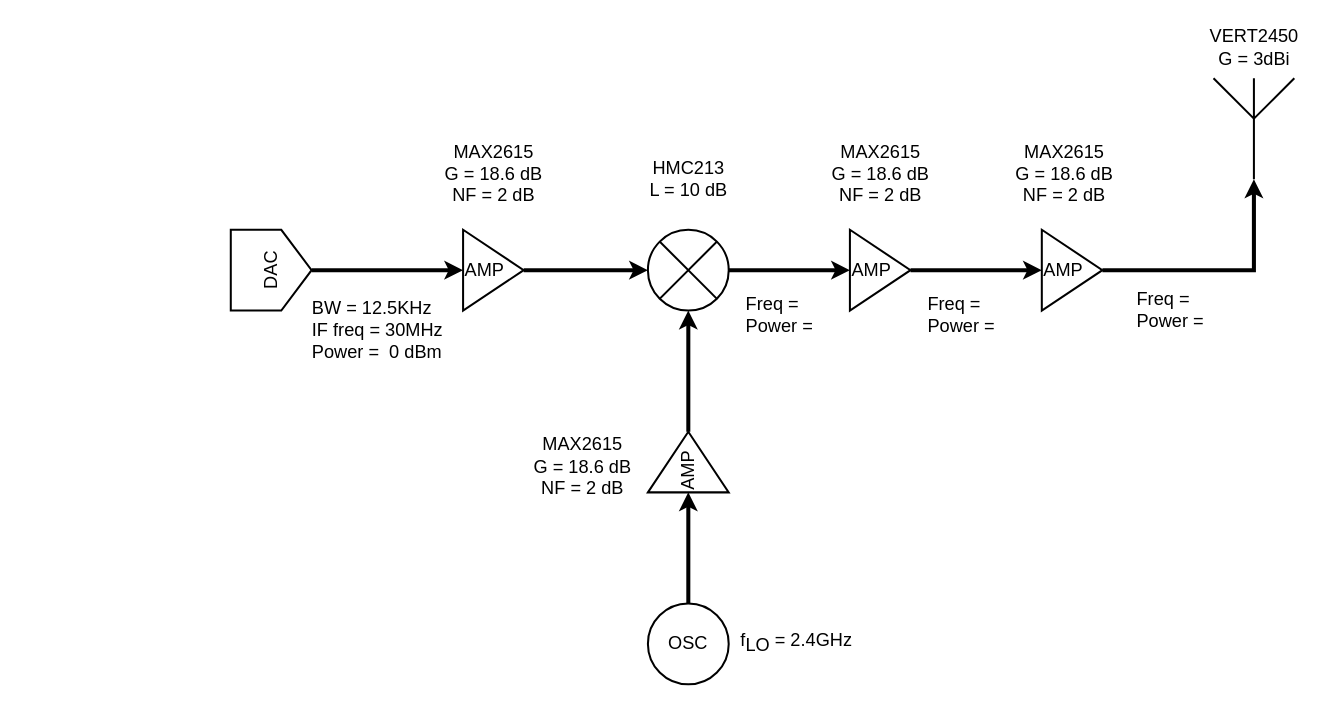
Before: transmitter.drawio in chenbin234/MCC125-Wireless-link-project, a draw.io diagram. Source tidied: cells renumbered, new cells numbered last; positions are measured from the earlier drawing's top-left corner, leaving out a move shared by most shapes. Both pictures are drawn from the tidied source at 101%, with x=0, y=0 at pixel (230, 17).
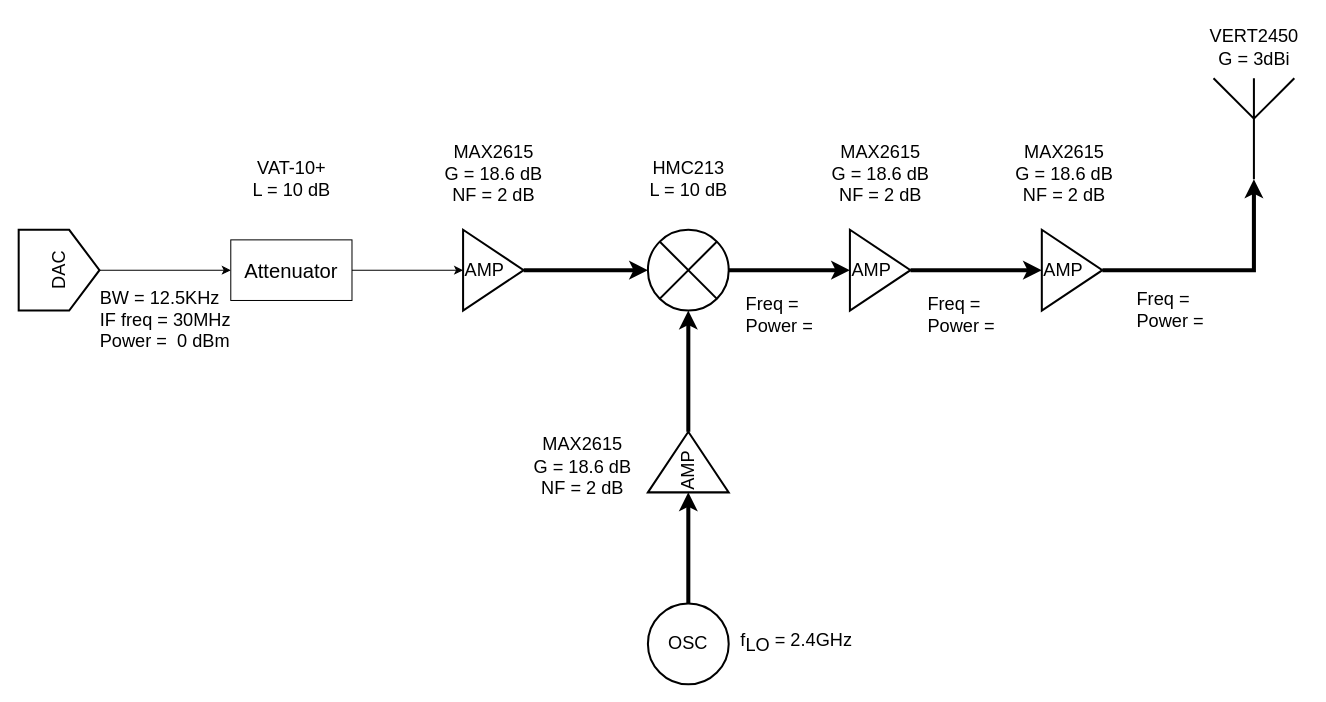
Above is the later version.

Unchanged cells that the change refers to:
```xml
<mxCell id="3" value="AMP" style="triangle;whiteSpace=wrap;html=1;strokeWidth=2;fontSize=18;align=left;" parent="1" vertex="1">
  <mxGeometry x="230" y="210" width="60" height="80" as="geometry" />
</mxCell>
```

Diff of the diagram source:
```diff
@@
-    <mxCell id="15" style="edgeStyle=orthogonalEdgeStyle;rounded=0;jettySize=auto;html=1;exitX=0.5;exitY=1;exitDx=0;exitDy=0;entryX=0;entryY=0.5;entryDx=0;entryDy=0;strokeWidth=4;fontSize=18;" parent="1" edge="1" source="16" target="3">
-      <mxGeometry relative="1" as="geometry" />
-    </mxCell>
+    <mxCell id="28" style="edgeStyle=orthogonalEdgeStyle;rounded=0;jettySize=auto;html=1;exitX=0.5;exitY=1;exitDx=0;exitDy=0;entryX=0;entryY=0.5;entryDx=0;entryDy=0;" parent="1" edge="1" source="16" target="30">
+      <mxGeometry relative="1" as="geometry" />
+    </mxCell>
     <mxCell id="16" value="&lt;font style=&quot;font-size: 18px;&quot;&gt;DAC&lt;/font&gt;" style="shape=offPageConnector;whiteSpace=wrap;html=1;rotation=-90;strokeWidth=2;horizontal=1;verticalAlign=middle;fontSize=18;" parent="1" vertex="1">
-      <mxGeometry y="210" width="80" height="80" as="geometry" />
+      <mxGeometry x="-210" y="210" width="80" height="80" as="geometry" />
     </mxCell>
@@
     <mxCell id="18" value="&lt;div style=&quot;text-align: left; font-size: 18px;&quot;&gt;&lt;span style=&quot;background-color: initial; font-size: 18px;&quot;&gt;&lt;font style=&quot;font-size: 18px;&quot;&gt;BW = 12.5KHz&lt;/font&gt;&lt;/span&gt;&lt;/div&gt;&lt;div style=&quot;text-align: left; font-size: 18px;&quot;&gt;&lt;span style=&quot;background-color: initial; font-size: 18px;&quot;&gt;&lt;font style=&quot;font-size: 18px;&quot;&gt;IF freq = 30MHz&lt;/font&gt;&lt;/span&gt;&lt;/div&gt;&lt;div style=&quot;text-align: left; font-size: 18px;&quot;&gt;&lt;span style=&quot;background-color: initial; font-size: 18px;&quot;&gt;&lt;font style=&quot;font-size: 18px;&quot;&gt;Power =&amp;nbsp; 0 dBm&lt;/font&gt;&lt;/span&gt;&lt;/div&gt;" style="text;html=1;align=center;verticalAlign=middle;strokeColor=none;fillColor=none;fontSize=18;" parent="1" vertex="1">
-      <mxGeometry x="70" y="270" width="150" height="80" as="geometry" />
+      <mxGeometry x="-140" y="260" width="150" height="80" as="geometry" />
     </mxCell>
@@
+    <mxCell id="29" style="edgeStyle=orthogonalEdgeStyle;rounded=0;jettySize=auto;html=1;exitX=1;exitY=0.5;exitDx=0;exitDy=0;entryX=0;entryY=0.5;entryDx=0;entryDy=0;" parent="1" edge="1" source="30" target="3">
+      <mxGeometry relative="1" as="geometry" />
+    </mxCell>
+    <mxCell id="30" value="&lt;font style=&quot;font-size: 20px;&quot;&gt;Attenuator&lt;/font&gt;" style="rounded=0;whiteSpace=wrap;html=1;" parent="1" vertex="1">
+      <mxGeometry y="220" width="120" height="60" as="geometry" />
+    </mxCell>
+    <mxCell id="31" value="VAT-10+&lt;br&gt;L = 10 dB" style="text;html=1;align=center;verticalAlign=middle;strokeColor=none;fillColor=none;fontSize=18;" parent="1" vertex="1">
+      <mxGeometry x="10" y="130" width="100" height="60" as="geometry" />
+    </mxCell>
```
